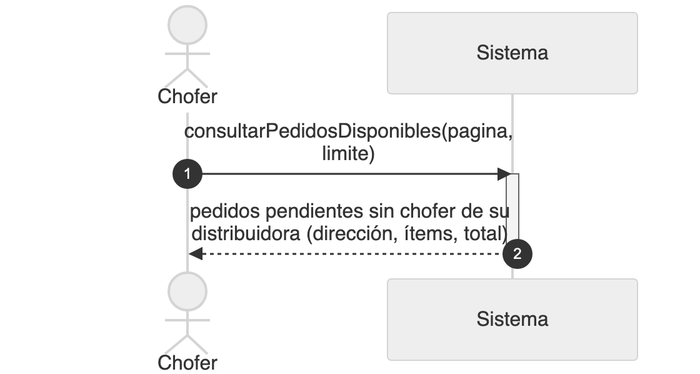
Nahuelito-Dev/splg-docs keeps this Mermaid diagram as diagramas/png/DSS_CU-080_Consultar-El-Pool-De-Pedidos-Disponibles.png. Above is the earlier version. Its source is kept beside it as diagramas/DSS_CU-080_Consultar-El-Pool-De-Pedidos-Disponibles.mmd. Source of this version:
```mermaid
sequenceDiagram
    title DSS — CU-080 Consultar El Pool De Pedidos Disponibles
    autonumber
    actor CHO as Chofer
    participant SIS as Sistema

    CHO->>SIS: consultarPedidosDisponibles(pagina, limite)
    activate SIS
    SIS-->>CHO: pedidos pendientes sin chofer de su distribuidora (dirección, ítems, total)
    deactivate SIS
```
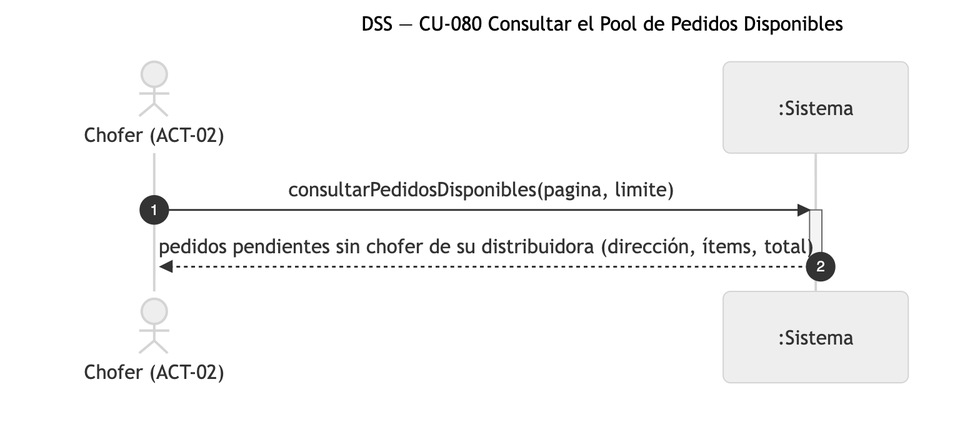
Later version of the same file.

Diff of the diagram source:
```diff
@@ -1,8 +1,8 @@
 sequenceDiagram
-    title DSS — CU-080 Consultar El Pool De Pedidos Disponibles
+    title DSS — CU-080 Consultar el Pool de Pedidos Disponibles
     autonumber
-    actor CHO as Chofer
-    participant SIS as Sistema
+    actor CHO as Chofer (ACT-02)
+    participant SIS as :Sistema
 
     CHO->>SIS: consultarPedidosDisponibles(pagina, limite)
     activate SIS
```
